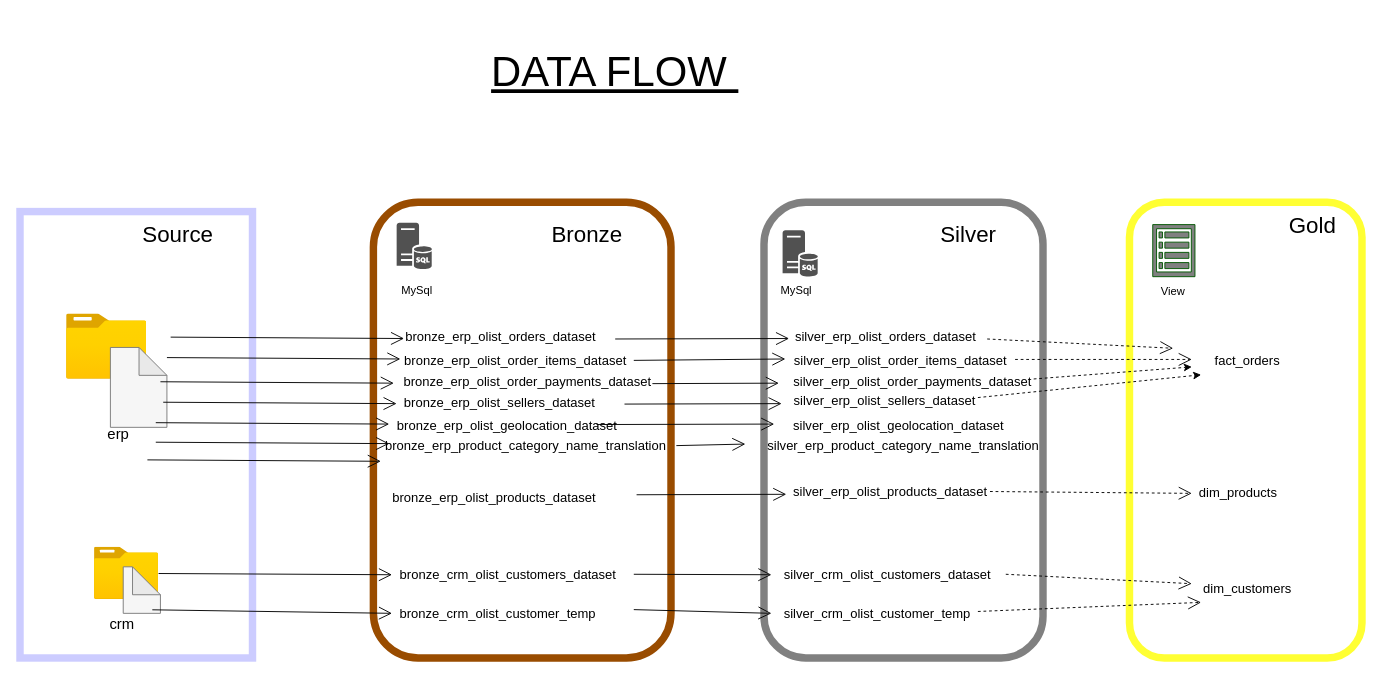
ObulorN/medallion_data_warehouse keeps this draw.io diagram as Docs/data_flow.drawio. Above is the earlier version. Source tidied: cells renumbered, new cells numbered last; positions are measured from the earlier drawing's top-left corner, leaving out a move shared by most shapes. Both pictures are drawn from the tidied source at 93%, with x=0, y=0 at pixel (20, 16).
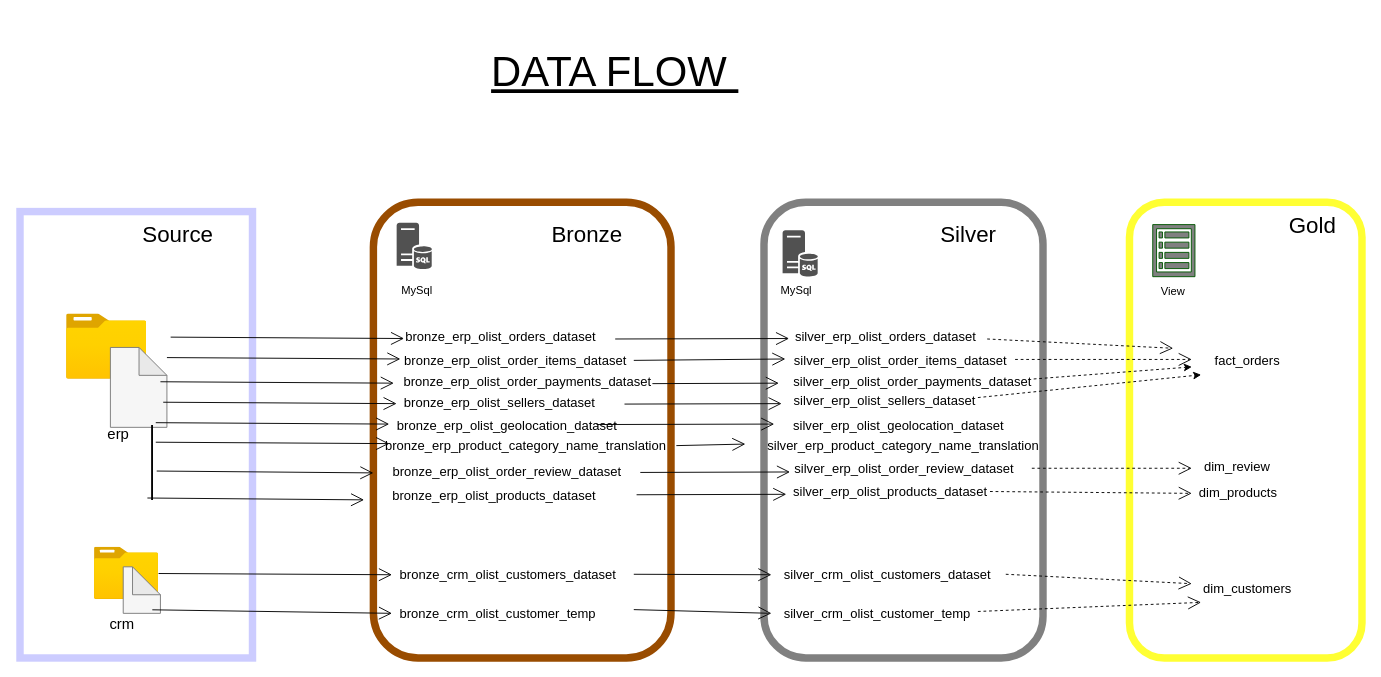
Above is the later version.

Diff of the diagram source:
```diff
@@
     <mxCell id="56" style="endArrow=open;endFill=1;endSize=12;html=1;rounded=0;" parent="1" edge="1">
       <mxGeometry relative="1" as="geometry">
-        <mxPoint x="137" y="477" as="sourcePoint" />
-        <mxPoint x="388" y="478.5" as="targetPoint" />
+        <mxPoint x="137" y="518" as="sourcePoint" />
+        <mxPoint x="370" y="520" as="targetPoint" />
       </mxGeometry>
     </mxCell>
@@
     <mxCell id="67" value="&lt;font style=&quot;font-size: 14px;&quot;&gt;bronze_erp_olist_products_dataset&lt;/font&gt;&lt;div&gt;&lt;br&gt;&lt;/div&gt;" style="text;html=1;whiteSpace=wrap;strokeColor=none;fillColor=none;align=center;verticalAlign=middle;rounded=0;" parent="1" vertex="1">
-      <mxGeometry x="480" y="510" width="60" height="30" as="geometry" />
+      <mxGeometry x="480" y="508" width="60" height="30" as="geometry" />
     </mxCell>
@@
+    <mxCell id="71" style="line;strokeWidth=2;direction=south;html=1;" parent="1" vertex="1">
+      <mxGeometry x="137" y="439.5" width="10" height="80.5" as="geometry" />
+    </mxCell>
+    <mxCell id="72" style="endArrow=open;endFill=1;endSize=12;html=1;rounded=0;" parent="1" edge="1">
+      <mxGeometry relative="1" as="geometry">
+        <mxPoint x="147" y="489" as="sourcePoint" />
+        <mxPoint x="380" y="491" as="targetPoint" />
+      </mxGeometry>
+    </mxCell>
+    <mxCell id="73" value="&lt;font style=&quot;font-size: 14px;&quot;&gt;bronze_erp_olist_order_review_dataset&lt;/font&gt;&lt;div&gt;&lt;span style=&quot;font-size: 14px;&quot;&gt;&lt;br&gt;&lt;/span&gt;&lt;div&gt;&lt;span style=&quot;font-size: 14px;&quot;&gt;&lt;br&gt;&lt;/span&gt;&lt;div&gt;&lt;br&gt;&lt;/div&gt;&lt;/div&gt;&lt;/div&gt;" style="text;html=1;whiteSpace=wrap;strokeColor=none;fillColor=none;align=center;verticalAlign=middle;rounded=0;" parent="1" vertex="1">
+      <mxGeometry x="494" y="499" width="60" height="30" as="geometry" />
+    </mxCell>
+    <mxCell id="74" style="endArrow=open;endFill=1;endSize=12;html=1;rounded=0;" parent="1" edge="1">
+      <mxGeometry relative="1" as="geometry">
+        <mxPoint x="667" y="490.5" as="sourcePoint" />
+        <mxPoint x="828" y="490" as="targetPoint" />
+      </mxGeometry>
+    </mxCell>
+    <mxCell id="75" value="&lt;font style=&quot;font-size: 14px;&quot;&gt;silver_erp_olist_order_review_dataset&lt;/font&gt;&lt;div&gt;&lt;div&gt;&lt;span style=&quot;font-size: 14px;&quot;&gt;&lt;br&gt;&lt;/span&gt;&lt;div&gt;&lt;br&gt;&lt;/div&gt;&lt;/div&gt;&lt;/div&gt;" style="text;html=1;whiteSpace=wrap;strokeColor=none;fillColor=none;align=center;verticalAlign=middle;rounded=0;" parent="1" vertex="1">
+      <mxGeometry x="921" y="487" width="60" height="30" as="geometry" />
+    </mxCell>
+    <mxCell id="76" style="endArrow=open;endFill=1;endSize=12;html=1;rounded=0;dashed=1;" parent="1" edge="1">
+      <mxGeometry relative="1" as="geometry">
+        <mxPoint x="1088" y="486" as="sourcePoint" />
+        <mxPoint x="1260" y="486" as="targetPoint" />
+      </mxGeometry>
+    </mxCell>
+    <mxCell id="77" value="&lt;font style=&quot;font-size: 14px;&quot;&gt;dim_review&lt;/font&gt;" style="text;html=1;whiteSpace=wrap;strokeColor=none;fillColor=none;align=center;verticalAlign=middle;rounded=0;" parent="1" vertex="1">
+      <mxGeometry x="1279" y="469" width="60" height="30" as="geometry" />
+    </mxCell>
```
